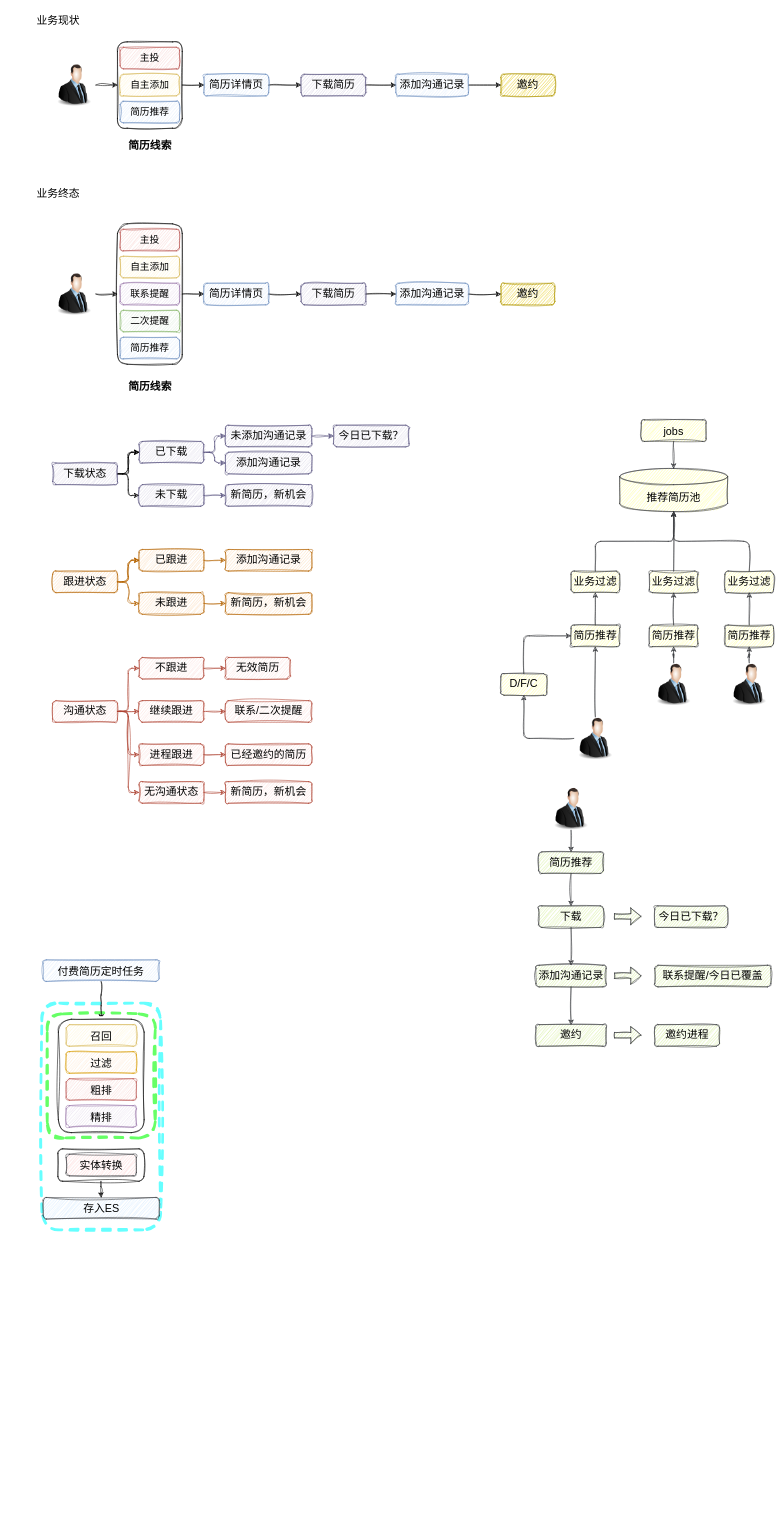
Earlier version of the draw.io diagram 简历推荐优化.drawio (LuOyEbY/draw-b). Source tidied: cells renumbered, new cells numbered last; positions are measured from the earlier drawing's top-left corner, leaving out a move shared by most shapes. Both pictures are drawn from the tidied source at 54%, with x=0, y=0 at pixel (31, 9).
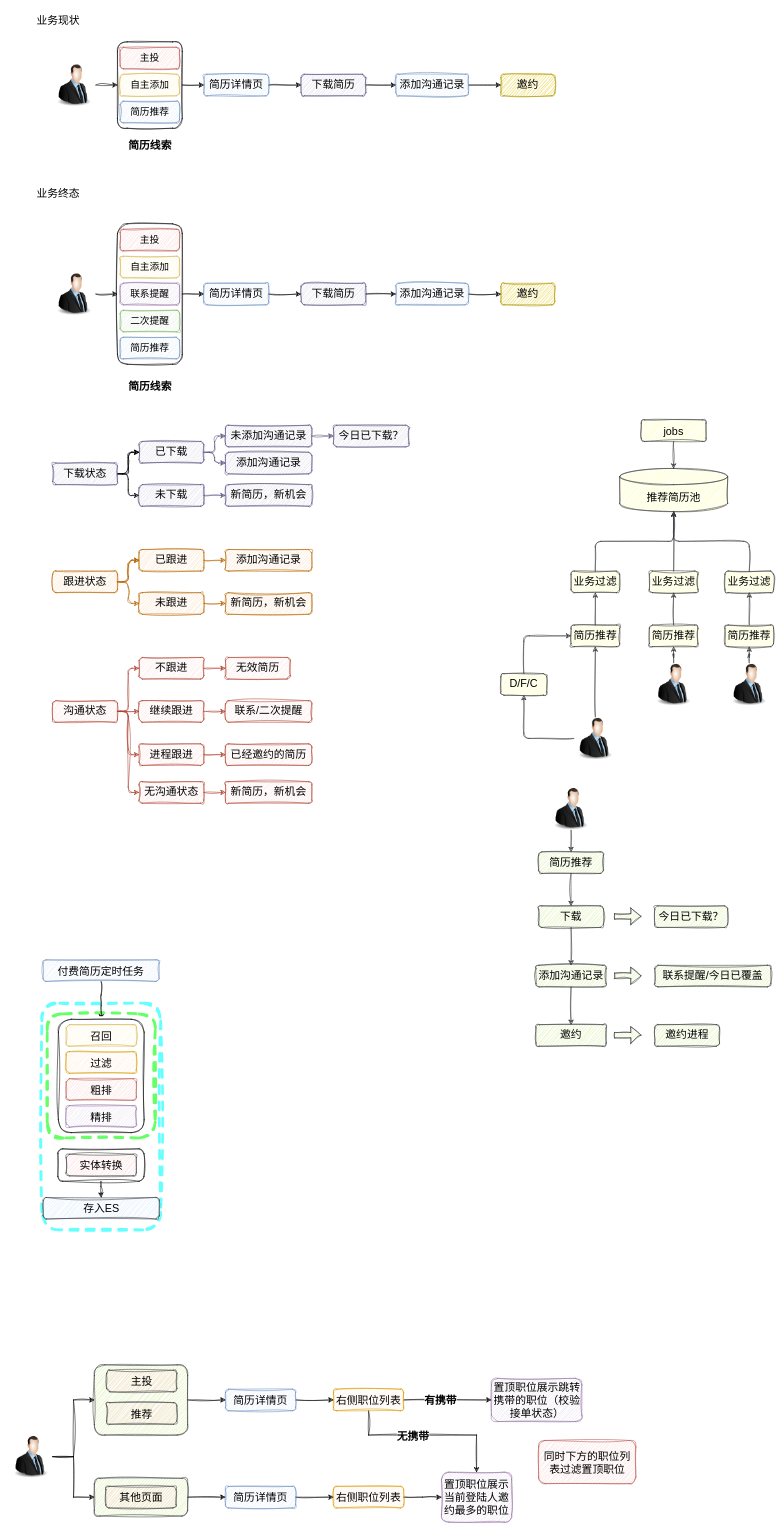
Above is the later version.

Commit message:
更新简历推荐优化.drawio

What changed in the source:
```diff
@@
+    <mxCell id="129" style="edgeStyle=orthogonalEdgeStyle;rounded=0;sketch=1;hachureGap=4;jiggle=2;curveFitting=1;jettySize=auto;html=1;fontFamily=Architects Daughter;" parent="1" edge="1" source="131" target="133">
+      <mxGeometry relative="1" as="geometry" />
+    </mxCell>
+    <mxCell id="130" style="edgeStyle=orthogonalEdgeStyle;rounded=0;sketch=1;hachureGap=4;jiggle=2;curveFitting=1;jettySize=auto;html=1;fontFamily=Architects Daughter;" parent="1" edge="1" source="131" target="137">
+      <mxGeometry relative="1" as="geometry" />
+    </mxCell>
+    <mxCell id="131" style="image;html=1;image=img/lib/clip_art/people/Suit_Man_128x128.png;sketch=1;curveFitting=1;jiggle=2;rounded=1;fillColor=#cdeb8b;strokeColor=#36393d;labelBackgroundColor=none;" parent="1" vertex="1">
+      <mxGeometry x="-40" y="2640" width="80" height="80" as="geometry" />
+    </mxCell>
+    <mxCell id="132" style="edgeStyle=orthogonalEdgeStyle;rounded=0;sketch=1;hachureGap=4;jiggle=2;curveFitting=1;jettySize=auto;html=1;entryX=0;entryY=0.5;entryDx=0;entryDy=0;fontFamily=Architects Daughter;" parent="1" edge="1" source="133" target="140">
+      <mxGeometry relative="1" as="geometry" />
+    </mxCell>
+    <mxCell id="133" style="whiteSpace=wrap;html=1;verticalAlign=top;fillColor=#cdeb8b;strokeColor=#36393d;labelBackgroundColor=none;sketch=1;curveFitting=1;jiggle=2;rounded=1;" parent="1" vertex="1">
+      <mxGeometry x="117.2" y="2510" width="172.8" height="130" as="geometry" />
+    </mxCell>
+    <mxCell id="134" value="主投" style="rounded=1;whiteSpace=wrap;html=1;fontSize=20;fillColor=#ffcccc;strokeColor=#36393d;sketch=1;curveFitting=1;jiggle=2;" parent="1" vertex="1">
+      <mxGeometry x="140" y="2520" width="130" height="40" as="geometry" />
+    </mxCell>
+    <mxCell id="135" value="推荐" style="rounded=1;whiteSpace=wrap;html=1;fontSize=20;fillColor=#ffcccc;strokeColor=#36393d;sketch=1;curveFitting=1;jiggle=2;" parent="1" vertex="1">
+      <mxGeometry x="140" y="2580" width="130" height="40" as="geometry" />
+    </mxCell>
+    <mxCell id="136" style="edgeStyle=orthogonalEdgeStyle;rounded=0;sketch=1;hachureGap=4;jiggle=2;curveFitting=1;jettySize=auto;html=1;entryX=0;entryY=0.5;entryDx=0;entryDy=0;fontFamily=Architects Daughter;" parent="1" edge="1" source="137" target="142">
+      <mxGeometry relative="1" as="geometry" />
+    </mxCell>
+    <mxCell id="137" style="whiteSpace=wrap;html=1;verticalAlign=top;fillColor=#cdeb8b;strokeColor=#36393d;labelBackgroundColor=none;sketch=1;curveFitting=1;jiggle=2;rounded=1;" parent="1" vertex="1">
+      <mxGeometry x="117.2" y="2720" width="172.8" height="70" as="geometry" />
+    </mxCell>
+    <mxCell id="138" value="其他页面" style="rounded=1;whiteSpace=wrap;html=1;fontSize=20;fillColor=#ffcccc;strokeColor=#36393d;sketch=1;curveFitting=1;jiggle=2;" parent="1" vertex="1">
+      <mxGeometry x="138.6" y="2735" width="130" height="40" as="geometry" />
+    </mxCell>
+    <mxCell id="139" style="edgeStyle=orthogonalEdgeStyle;rounded=0;sketch=1;hachureGap=4;jiggle=2;curveFitting=1;jettySize=auto;html=1;fontFamily=Architects Daughter;" parent="1" edge="1" source="140" target="147">
+      <mxGeometry relative="1" as="geometry" />
+    </mxCell>
+    <mxCell id="140" value="简历详情页" style="rounded=1;whiteSpace=wrap;html=1;fontSize=20;fillColor=#dae8fc;strokeColor=#6c8ebf;sketch=1;curveFitting=1;jiggle=2;" parent="1" vertex="1">
+      <mxGeometry x="360" y="2555" width="130" height="40" as="geometry" />
+    </mxCell>
+    <mxCell id="141" style="edgeStyle=orthogonalEdgeStyle;rounded=0;sketch=1;hachureGap=4;jiggle=2;curveFitting=1;jettySize=auto;html=1;fontFamily=Architects Daughter;" parent="1" edge="1" source="142" target="151">
+      <mxGeometry relative="1" as="geometry" />
+    </mxCell>
+    <mxCell id="142" value="简历详情页" style="rounded=1;whiteSpace=wrap;html=1;fontSize=20;fillColor=#dae8fc;strokeColor=#6c8ebf;sketch=1;curveFitting=1;jiggle=2;" parent="1" vertex="1">
+      <mxGeometry x="360" y="2735" width="130" height="40" as="geometry" />
+    </mxCell>
+    <mxCell id="143" style="edgeStyle=orthogonalEdgeStyle;rounded=0;sketch=1;hachureGap=4;jiggle=2;curveFitting=1;jettySize=auto;html=1;fontFamily=Architects Daughter;" parent="1" edge="1" source="147" target="148">
+      <mxGeometry relative="1" as="geometry" />
+    </mxCell>
+    <mxCell id="144" value="有携带" style="edgeLabel;html=1;align=center;verticalAlign=middle;sketch=1;hachureGap=4;jiggle=2;curveFitting=1;fontFamily=Architects Daughter;labelBackgroundColor=default;fontSize=20;fontStyle=1;" parent="143" vertex="1">
+      <mxGeometry x="-0.17" relative="1" as="geometry" />
+    </mxCell>
+    <mxCell id="145" style="edgeStyle=orthogonalEdgeStyle;rounded=0;sketch=1;hachureGap=4;jiggle=2;curveFitting=1;jettySize=auto;html=1;fontFamily=Architects Daughter;" parent="1" edge="1" source="147" target="149">
+      <mxGeometry relative="1" as="geometry">
+        <Array as="points">
+          <mxPoint x="625" y="2640" />
+          <mxPoint x="825" y="2640" />
+        </Array>
+      </mxGeometry>
+    </mxCell>
+    <mxCell id="146" value="无携带" style="edgeLabel;html=1;align=center;verticalAlign=middle;sketch=1;hachureGap=4;jiggle=2;curveFitting=1;fontFamily=Architects Daughter;fontSize=20;fontStyle=1;" parent="145" vertex="1">
+      <mxGeometry x="-0.2" y="-1" relative="1" as="geometry" />
+    </mxCell>
+    <mxCell id="147" value="右侧职位列表" style="rounded=1;whiteSpace=wrap;html=1;fontSize=20;fillColor=#ffe6cc;strokeColor=#d79b00;sketch=1;curveFitting=1;jiggle=2;" parent="1" vertex="1">
+      <mxGeometry x="560" y="2555" width="130" height="40" as="geometry" />
+    </mxCell>
+    <mxCell id="148" value="置顶职位展示跳转携带的职位（校验接单状态）" style="rounded=1;whiteSpace=wrap;html=1;fontSize=20;fillColor=#e1d5e7;strokeColor=#9673a6;sketch=1;curveFitting=1;jiggle=2;" parent="1" vertex="1">
+      <mxGeometry x="852.5" y="2535" width="167.5" height="80" as="geometry" />
+    </mxCell>
+    <mxCell id="149" value="置顶职位展示当前登陆人邀约最多的职位" style="rounded=1;whiteSpace=wrap;html=1;fontSize=20;fillColor=#e1d5e7;strokeColor=#9673a6;sketch=1;curveFitting=1;jiggle=2;" parent="1" vertex="1">
+      <mxGeometry x="760" y="2708.8" width="130" height="92.5" as="geometry" />
+    </mxCell>
+    <mxCell id="150" style="edgeStyle=orthogonalEdgeStyle;rounded=0;sketch=1;hachureGap=4;jiggle=2;curveFitting=1;jettySize=auto;html=1;fontFamily=Architects Daughter;" parent="1" edge="1" source="151" target="149">
+      <mxGeometry relative="1" as="geometry" />
+    </mxCell>
+    <mxCell id="151" value="右侧职位列表" style="rounded=1;whiteSpace=wrap;html=1;fontSize=20;fillColor=#ffe6cc;strokeColor=#d79b00;sketch=1;curveFitting=1;jiggle=2;" parent="1" vertex="1">
+      <mxGeometry x="560" y="2735" width="130" height="40" as="geometry" />
+    </mxCell>
+    <mxCell id="152" value="同时下方的职位列表过滤置顶职位" style="rounded=1;whiteSpace=wrap;html=1;fontSize=20;fillColor=#f8cecc;strokeColor=#b85450;sketch=1;curveFitting=1;jiggle=2;" parent="1" vertex="1">
+      <mxGeometry x="940" y="2650" width="180" height="80" as="geometry" />
+    </mxCell>
```
